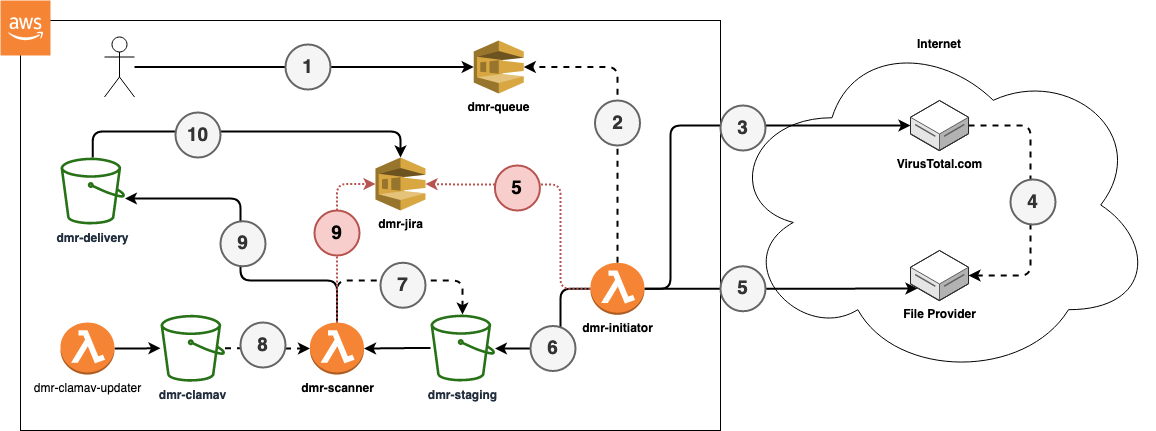
Above: dmr-flow.png in edhull/dmr-automator (draw.io), before the change. Source tidied: cells renumbered, new cells last; positions are measured from the earlier drawing's top-left corner, leaving out a move shared by most shapes.
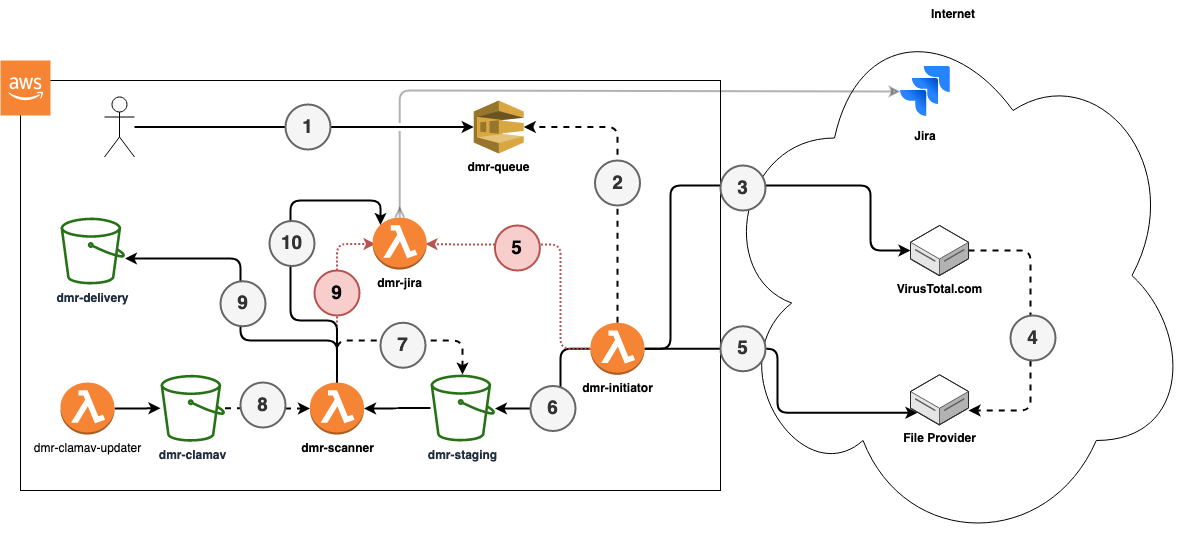
Later version of the same file.

Diff of the diagram source:
```diff
@@ -3,7 +3,7 @@
     <mxCell id="0" />
     <mxCell id="1" parent="0" />
     <mxCell id="2" value="Internet" style="ellipse;shape=cloud;whiteSpace=wrap;html=1;verticalAlign=top;fontStyle=1;" parent="1" vertex="1">
-      <mxGeometry x="724" y="30" width="430" height="349" as="geometry" />
+      <mxGeometry x="715" y="-60" width="476" height="550" as="geometry" />
     </mxCell>
     <mxCell id="3" style="rounded=0;whiteSpace=wrap;html=1;" parent="1" vertex="1">
       <mxGeometry x="20" y="20" width="700" height="410" as="geometry" />
@@ -25,8 +25,9 @@
         </Array>
       </mxGeometry>
     </mxCell>
-    <mxCell id="6" style="edgeStyle=orthogonalEdgeStyle;rounded=1;jettySize=auto;html=1;entryX=0;entryY=0.5;entryDx=0;entryDy=0;entryPerimeter=0;strokeWidth=2;dashed=1;dashPattern=1 1;fillColor=#f8cecc;strokeColor=#b85450;" parent="1" edge="1" source="7" target="9">
+    <mxCell id="6" style="edgeStyle=orthogonalEdgeStyle;rounded=1;jettySize=auto;html=1;entryX=0;entryY=0.5;entryDx=0;entryDy=0;entryPerimeter=0;strokeWidth=2;dashed=1;dashPattern=1 1;fillColor=#f8cecc;strokeColor=#b85450;" parent="1" edge="1" source="7">
       <mxGeometry relative="1" as="geometry">
+        <mxPoint x="375" y="183.5" as="targetPoint" />
         <Array as="points">
           <mxPoint x="337" y="184" />
         </Array>
@@ -38,9 +39,6 @@
     <mxCell id="8" style="dashed=0;verticalLabelPosition=bottom;verticalAlign=top;align=center;html=1;shape=mxgraph.aws3.cloud_2;fillColor=#F58534;gradientColor=none;" parent="1" vertex="1">
       <mxGeometry width="50" height="55" as="geometry" />
     </mxCell>
-    <mxCell id="9" value="dmr-jira" style="outlineConnect=0;dashed=0;verticalLabelPosition=bottom;verticalAlign=top;align=center;html=1;shape=mxgraph.aws3.sqs;fillColor=#D9A741;gradientColor=none;fontStyle=1;" parent="1" vertex="1">
-      <mxGeometry x="375" y="157" width="50" height="53" as="geometry" />
-    </mxCell>
     <mxCell id="10" style="edgeStyle=orthogonalEdgeStyle;rounded=1;jettySize=auto;html=1;entryX=1;entryY=0.5;entryDx=0;entryDy=0;entryPerimeter=0;strokeWidth=2;" parent="1" edge="1" source="28" target="7">
       <mxGeometry relative="1" as="geometry" />
     </mxCell>
@@ -52,6 +50,8 @@
         <Array as="points">
           <mxPoint x="670" y="288" />
           <mxPoint x="670" y="125" />
+          <mxPoint x="870" y="125" />
+          <mxPoint x="870" y="190" />
         </Array>
       </mxGeometry>
     </mxCell>
@@ -69,8 +69,9 @@
     <mxCell id="15" style="edgeStyle=orthogonalEdgeStyle;rounded=1;jettySize=auto;html=1;entryX=0.121;entryY=0.76;entryDx=0;entryDy=0;entryPerimeter=0;strokeWidth=2;" parent="1" edge="1" source="17" target="20">
       <mxGeometry relative="1" as="geometry" />
     </mxCell>
-    <mxCell id="16" style="edgeStyle=orthogonalEdgeStyle;rounded=1;jettySize=auto;html=1;entryX=1;entryY=0.5;entryDx=0;entryDy=0;entryPerimeter=0;dashed=1;dashPattern=1 1;strokeWidth=2;fillColor=#f8cecc;strokeColor=#b85450;" parent="1" edge="1" source="17" target="9">
+    <mxCell id="16" style="edgeStyle=orthogonalEdgeStyle;rounded=1;jettySize=auto;html=1;entryX=1;entryY=0.5;entryDx=0;entryDy=0;entryPerimeter=0;dashed=1;dashPattern=1 1;strokeWidth=2;fillColor=#f8cecc;strokeColor=#b85450;" parent="1" edge="1" source="17">
       <mxGeometry relative="1" as="geometry">
+        <mxPoint x="425" y="183.5" as="targetPoint" />
         <Array as="points">
           <mxPoint x="560" y="288" />
           <mxPoint x="560" y="184" />
@@ -84,16 +85,16 @@
     <mxCell id="18" style="edgeStyle=orthogonalEdgeStyle;rounded=1;jettySize=auto;html=1;strokeWidth=2;dashed=1;" parent="1" edge="1" source="19" target="20">
       <mxGeometry relative="1" as="geometry">
         <Array as="points">
-          <mxPoint x="1030" y="125" />
-          <mxPoint x="1030" y="275" />
+          <mxPoint x="1030" y="190" />
+          <mxPoint x="1030" y="350" />
         </Array>
       </mxGeometry>
     </mxCell>
     <mxCell id="19" value="VirusTotal.com" style="verticalLabelPosition=bottom;html=1;verticalAlign=top;strokeWidth=1;align=center;outlineConnect=0;dashed=0;outlineConnect=0;shape=mxgraph.aws3d.dataServer;strokeColor=#5E5E5E;fontStyle=1;" parent="1" vertex="1">
-      <mxGeometry x="910" y="100" width="58" height="50" as="geometry" />
+      <mxGeometry x="910" y="165" width="58" height="50" as="geometry" />
     </mxCell>
     <mxCell id="20" value="File Provider" style="verticalLabelPosition=bottom;html=1;verticalAlign=top;strokeWidth=1;align=center;outlineConnect=0;dashed=0;outlineConnect=0;shape=mxgraph.aws3d.dataServer;strokeColor=#5E5E5E;fontStyle=1;" parent="1" vertex="1">
-      <mxGeometry x="910" y="250" width="58" height="50" as="geometry" />
+      <mxGeometry x="910" y="314.2" width="58" height="50" as="geometry" />
     </mxCell>
     <mxCell id="21" style="edgeStyle=orthogonalEdgeStyle;rounded=1;jettySize=auto;html=1;strokeWidth=2;" parent="1" edge="1" source="22" target="11">
       <mxGeometry relative="1" as="geometry" />
@@ -110,11 +111,13 @@
     <mxCell id="25" value="dmr-clamav-updater" style="outlineConnect=0;dashed=0;verticalLabelPosition=bottom;verticalAlign=top;align=center;html=1;shape=mxgraph.aws3.lambda_function;fillColor=#F58534;gradientColor=none;" parent="1" vertex="1">
       <mxGeometry x="60" y="322" width="54" height="52" as="geometry" />
     </mxCell>
-    <mxCell id="26" style="edgeStyle=orthogonalEdgeStyle;rounded=1;jettySize=auto;html=1;entryX=0.5;entryY=0;entryDx=0;entryDy=0;entryPerimeter=0;strokeWidth=2;" parent="1" edge="1" source="29" target="9">
+    <mxCell id="26" style="edgeStyle=orthogonalEdgeStyle;rounded=1;jettySize=auto;html=1;entryX=0.145;entryY=0.145;entryDx=0;entryDy=0;entryPerimeter=0;strokeWidth=2;exitX=0.5;exitY=0;exitDx=0;exitDy=0;exitPerimeter=0;" parent="1" edge="1" source="7" target="9">
       <mxGeometry relative="1" as="geometry">
         <Array as="points">
-          <mxPoint x="92" y="131" />
-          <mxPoint x="400" y="131" />
+          <mxPoint x="337" y="260" />
+          <mxPoint x="290" y="260" />
+          <mxPoint x="290" y="140" />
+          <mxPoint x="380" y="140" />
         </Array>
       </mxGeometry>
     </mxCell>
@@ -137,7 +140,7 @@
       <mxGeometry x="720" y="105" width="45" height="45" as="geometry" />
     </mxCell>
     <mxCell id="33" value="&lt;font style=&quot;font-size: 19px&quot;&gt;&lt;b&gt;4&lt;/b&gt;&lt;/font&gt;" style="ellipse;whiteSpace=wrap;html=1;strokeWidth=2;fillColor=#f5f5f5;strokeColor=#666666;fontColor=#333333;" parent="1" vertex="1">
-      <mxGeometry x="1010" y="179" width="45" height="45" as="geometry" />
+      <mxGeometry x="1010" y="255" width="45" height="45" as="geometry" />
     </mxCell>
     <mxCell id="34" value="&lt;font style=&quot;font-size: 19px&quot;&gt;&lt;b&gt;5&lt;/b&gt;&lt;/font&gt;" style="ellipse;whiteSpace=wrap;html=1;strokeWidth=2;fillColor=#f5f5f5;strokeColor=#666666;fontColor=#333333;" parent="1" vertex="1">
       <mxGeometry x="720" y="265.8" width="45" height="45" as="geometry" />
@@ -155,7 +158,7 @@
       <mxGeometry x="220" y="220.8" width="45" height="45" as="geometry" />
     </mxCell>
     <mxCell id="39" value="&lt;font style=&quot;font-size: 19px&quot;&gt;&lt;b&gt;10&lt;/b&gt;&lt;/font&gt;" style="ellipse;whiteSpace=wrap;html=1;strokeWidth=2;fillColor=#f5f5f5;strokeColor=#666666;fontColor=#333333;" parent="1" vertex="1">
-      <mxGeometry x="175" y="112" width="45" height="45" as="geometry" />
+      <mxGeometry x="269" y="160.5" width="45" height="45" as="geometry" />
     </mxCell>
     <mxCell id="40" value="&lt;font style=&quot;font-size: 19px&quot;&gt;&lt;b&gt;9&lt;/b&gt;&lt;/font&gt;" style="ellipse;whiteSpace=wrap;html=1;strokeWidth=2;fillColor=#f8cecc;strokeColor=#b85450;" parent="1" vertex="1">
       <mxGeometry x="314" y="210" width="45" height="45" as="geometry" />
@@ -163,5 +166,20 @@
     <mxCell id="41" value="&lt;font style=&quot;font-size: 19px&quot;&gt;&lt;b&gt;5&lt;/b&gt;&lt;/font&gt;" style="ellipse;whiteSpace=wrap;html=1;strokeWidth=2;fillColor=#f8cecc;strokeColor=#b85450;" parent="1" vertex="1">
       <mxGeometry x="494.4" y="165" width="45" height="45" as="geometry" />
     </mxCell>
+    <mxCell id="42" style="edgeStyle=orthogonalEdgeStyle;rounded=1;jettySize=auto;html=1;entryX=0;entryY=0.5;entryDx=0;entryDy=0;strokeWidth=2;jumpStyle=gap;exitX=0.5;exitY=0;exitDx=0;exitDy=0;exitPerimeter=0;startArrow=ERmany;startFill=0;opacity=30;" parent="1" edge="1" source="9" target="43">
+      <mxGeometry relative="1" as="geometry">
+        <Array as="points">
+          <mxPoint x="399" y="30" />
+          <mxPoint x="850" y="30" />
+          <mxPoint x="850" y="31" />
+        </Array>
+      </mxGeometry>
+    </mxCell>
+    <mxCell id="9" value="&lt;div&gt;dmr-jira&lt;/div&gt;" style="outlineConnect=0;dashed=0;verticalLabelPosition=bottom;verticalAlign=top;align=center;html=1;shape=mxgraph.aws3.lambda_function;fillColor=#F58534;gradientColor=none;fontStyle=1;" parent="1" vertex="1">
+      <mxGeometry x="372.2" y="157" width="54" height="52" as="geometry" />
+    </mxCell>
+    <mxCell id="43" value="Jira" style="image;image=img/lib/atlassian/Jira_Logo.svg;fontStyle=1;" parent="1" vertex="1">
+      <mxGeometry x="900" width="50" height="62" as="geometry" />
+    </mxCell>
   </root>
 </mxGraphModel>
```
